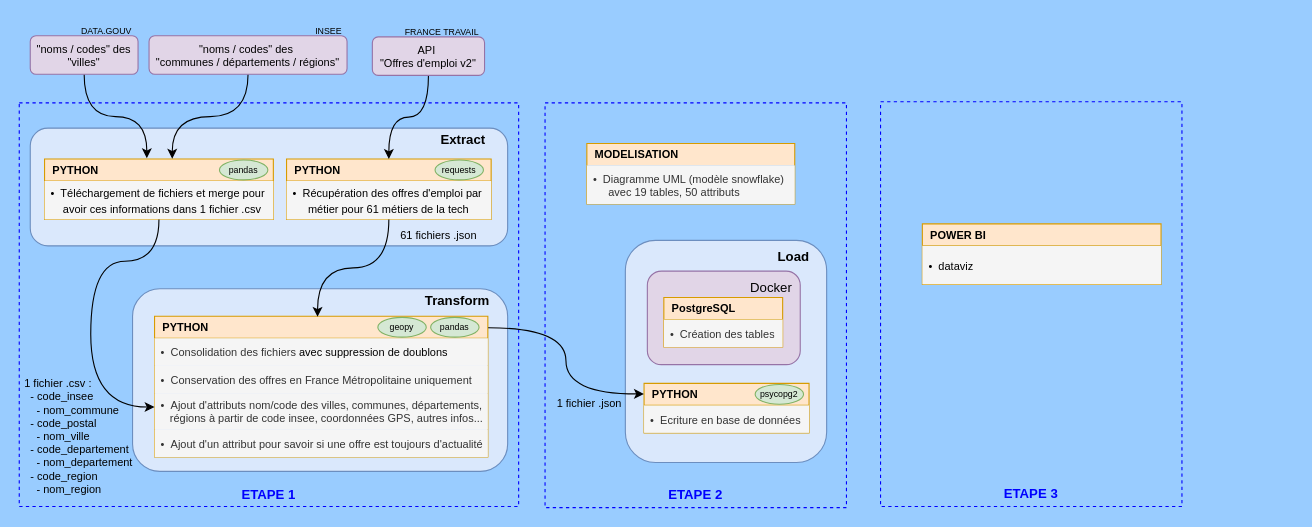
Before: workflow.drawio in vimchun/Job-Market-in-France, a draw.io diagram. Source tidied: cells renumbered, new cells numbered last; positions are measured from the earlier drawing's top-left corner, leaving out a move shared by most shapes. Both pictures are drawn from the tidied source at 110%, with x=0, y=0 at pixel (19, 19).
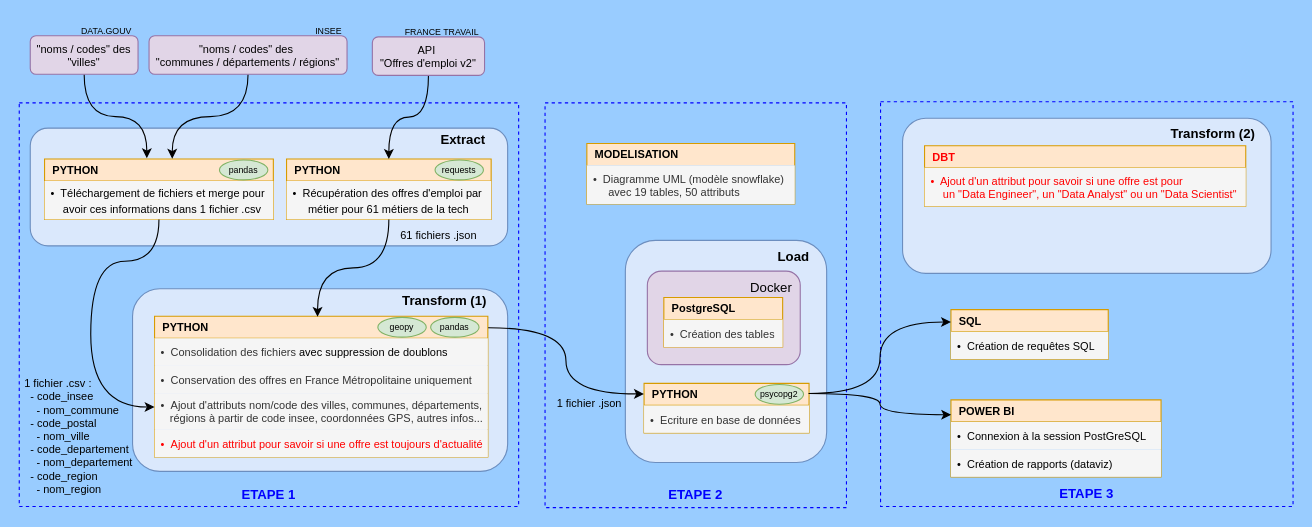
The same page after the edit.

Unchanged cells that the change refers to:
```xml
<mxCell id="10" value="&lt;b&gt;&amp;nbsp; PYTHON&lt;/b&gt;" style="swimlane;fontStyle=0;horizontal=1;startSize=20;whiteSpace=wrap;html=1;fillColor=#ffe6cc;strokeColor=#d79b00;rounded=0;shadow=0;glass=0;align=left;verticalAlign=middle;fontFamily=Helvetica;fontSize=10;fontColor=default;" parent="1" vertex="1">
  <mxGeometry x="568" y="331" width="150" height="45" as="geometry" />
</mxCell>
<mxCell id="16" value="&lt;b&gt;&lt;font style=&quot;font-size: 10px;&quot;&gt;&amp;nbsp; PYTHON&lt;/font&gt;&lt;/b&gt;" style="swimlane;fontStyle=0;horizontal=1;startSize=20;whiteSpace=wrap;html=1;fillColor=#ffe6cc;strokeColor=#d79b00;rounded=0;align=left;shadow=0;glass=0;verticalAlign=middle;fontFamily=Helvetica;fontSize=12;" parent="1" vertex="1">
  <mxGeometry x="123" y="270" width="303" height="128" as="geometry" />
</mxCell>
```

What changed in the source:
```diff
@@
-    <mxCell id="6" value="&lt;div&gt;&lt;br&gt;&lt;/div&gt;&amp;nbsp; &amp;nbsp; &amp;nbsp; &amp;nbsp; &amp;nbsp; &amp;nbsp; &amp;nbsp; &amp;nbsp; &amp;nbsp; &amp;nbsp; &amp;nbsp; &amp;nbsp; &amp;nbsp; &amp;nbsp; &amp;nbsp; &amp;nbsp; &amp;nbsp; &amp;nbsp; &amp;nbsp; &amp;nbsp; &amp;nbsp; &amp;nbsp; &amp;nbsp; &amp;nbsp; &amp;nbsp; &amp;nbsp; &amp;nbsp; &amp;nbsp; &amp;nbsp; &amp;nbsp; &amp;nbsp; &amp;nbsp; &amp;nbsp; &amp;nbsp; &amp;nbsp; &amp;nbsp; &amp;nbsp; &amp;nbsp;&lt;b&gt;Transform&lt;/b&gt;&lt;div&gt;&lt;br&gt;&lt;/div&gt;&lt;div&gt;&lt;br&gt;&lt;/div&gt;&lt;div&gt;&lt;br&gt;&lt;/div&gt;&lt;div&gt;&lt;br&gt;&lt;/div&gt;&lt;div&gt;&lt;br&gt;&lt;/div&gt;&lt;div&gt;&lt;br&gt;&lt;/div&gt;&lt;div&gt;&lt;br&gt;&lt;/div&gt;&lt;div&gt;&lt;br&gt;&lt;/div&gt;&lt;div&gt;&lt;br&gt;&lt;/div&gt;&lt;div&gt;&lt;br&gt;&lt;/div&gt;&lt;div&gt;&lt;br&gt;&lt;/div&gt;" style="rounded=1;whiteSpace=wrap;html=1;fillColor=#dae8fc;strokeColor=#6c8ebf;" parent="1" vertex="1">
+    <mxCell id="6" value="&lt;div&gt;&lt;br&gt;&lt;/div&gt;&amp;nbsp; &amp;nbsp; &amp;nbsp; &amp;nbsp; &amp;nbsp; &amp;nbsp; &amp;nbsp; &amp;nbsp; &amp;nbsp; &amp;nbsp; &amp;nbsp; &amp;nbsp; &amp;nbsp; &amp;nbsp; &amp;nbsp; &amp;nbsp; &amp;nbsp; &amp;nbsp; &amp;nbsp; &amp;nbsp; &amp;nbsp; &amp;nbsp; &amp;nbsp; &amp;nbsp; &amp;nbsp; &amp;nbsp; &amp;nbsp; &amp;nbsp; &amp;nbsp; &amp;nbsp; &amp;nbsp; &amp;nbsp; &amp;nbsp; &amp;nbsp; &lt;b&gt;Transform (1)&lt;/b&gt;&lt;div&gt;&lt;br&gt;&lt;/div&gt;&lt;div&gt;&lt;br&gt;&lt;/div&gt;&lt;div&gt;&lt;br&gt;&lt;/div&gt;&lt;div&gt;&lt;br&gt;&lt;/div&gt;&lt;div&gt;&lt;br&gt;&lt;/div&gt;&lt;div&gt;&lt;br&gt;&lt;/div&gt;&lt;div&gt;&lt;br&gt;&lt;/div&gt;&lt;div&gt;&lt;br&gt;&lt;/div&gt;&lt;div&gt;&lt;br&gt;&lt;/div&gt;&lt;div&gt;&lt;br&gt;&lt;/div&gt;&lt;div&gt;&lt;br&gt;&lt;/div&gt;" style="rounded=1;whiteSpace=wrap;html=1;fillColor=#dae8fc;strokeColor=#6c8ebf;" parent="1" vertex="1">
       <mxGeometry x="103" y="245" width="341" height="166" as="geometry" />
     </mxCell>
@@
-    <mxCell id="20" value="•&amp;nbsp;&amp;nbsp;Ajout d'un attribut pour savoir si une offre est toujours d'actualité" style="text;strokeColor=none;fillColor=#f5f5f5;align=left;verticalAlign=middle;spacingLeft=4;spacingRight=4;overflow=hidden;whiteSpace=wrap;html=1;fontFamily=Helvetica;fontSize=10;fontColor=#333333;fontStyle=0;" parent="16" vertex="1">
+    <mxCell id="20" value="•&amp;nbsp;&amp;nbsp;Ajout d'un attribut pour savoir si une offre est toujours d'actualité" style="text;strokeColor=none;fillColor=#f5f5f5;align=left;verticalAlign=middle;spacingLeft=4;spacingRight=4;overflow=hidden;whiteSpace=wrap;html=1;fontFamily=Helvetica;fontSize=10;fontColor=#FF0000;fontStyle=0;" parent="16" vertex="1">
       <mxGeometry y="103" width="303" height="25" as="geometry" />
     </mxCell>
@@
     <mxCell id="30" value="&lt;div&gt;&lt;font style=&quot;color: rgb(0, 0, 255);&quot;&gt;&lt;br&gt;&lt;/font&gt;&lt;/div&gt;&lt;div&gt;&lt;font style=&quot;color: rgb(0, 0, 255);&quot;&gt;&lt;br&gt;&lt;/font&gt;&lt;/div&gt;&lt;div&gt;&lt;font style=&quot;color: rgb(0, 0, 255);&quot;&gt;&lt;br&gt;&lt;/font&gt;&lt;/div&gt;&lt;div&gt;&lt;font style=&quot;color: rgb(0, 0, 255);&quot;&gt;&lt;br&gt;&lt;/font&gt;&lt;/div&gt;&lt;div&gt;&lt;font style=&quot;color: rgb(0, 0, 255);&quot;&gt;&lt;br&gt;&lt;/font&gt;&lt;/div&gt;&lt;div&gt;&lt;font style=&quot;color: rgb(0, 0, 255);&quot;&gt;&lt;br&gt;&lt;/font&gt;&lt;/div&gt;&lt;div&gt;&lt;font style=&quot;color: rgb(0, 0, 255);&quot;&gt;&lt;br&gt;&lt;/font&gt;&lt;/div&gt;&lt;div&gt;&lt;font style=&quot;color: rgb(0, 0, 255);&quot;&gt;&lt;br&gt;&lt;/font&gt;&lt;/div&gt;&lt;div&gt;&lt;font style=&quot;color: rgb(0, 0, 255);&quot;&gt;&lt;br&gt;&lt;/font&gt;&lt;/div&gt;&lt;div&gt;&lt;font style=&quot;color: rgb(0, 0, 255);&quot;&gt;&lt;br&gt;&lt;/font&gt;&lt;/div&gt;&lt;div&gt;&lt;span style=&quot;background-color: transparent; color: light-dark(rgb(0, 0, 255), rgb(205, 205, 255));&quot;&gt;&lt;br&gt;&lt;/span&gt;&lt;/div&gt;&lt;div&gt;&lt;span style=&quot;background-color: transparent; color: light-dark(rgb(0, 0, 255), rgb(205, 205, 255));&quot;&gt;&lt;br&gt;&lt;/span&gt;&lt;/div&gt;&lt;div&gt;&lt;span style=&quot;background-color: transparent; color: light-dark(rgb(0, 0, 255), rgb(205, 205, 255));&quot;&gt;&lt;br&gt;&lt;/span&gt;&lt;/div&gt;&lt;div&gt;&lt;span style=&quot;background-color: transparent; color: light-dark(rgb(0, 0, 255), rgb(205, 205, 255));&quot;&gt;&lt;br&gt;&lt;/span&gt;&lt;/div&gt;&lt;div&gt;&lt;span style=&quot;background-color: transparent; color: light-dark(rgb(0, 0, 255), rgb(205, 205, 255));&quot;&gt;&lt;br&gt;&lt;/span&gt;&lt;/div&gt;&lt;div&gt;&lt;span style=&quot;background-color: transparent; color: light-dark(rgb(0, 0, 255), rgb(205, 205, 255));&quot;&gt;&lt;br&gt;&lt;/span&gt;&lt;/div&gt;&lt;div&gt;&lt;span style=&quot;background-color: transparent; color: light-dark(rgb(0, 0, 255), rgb(205, 205, 255));&quot;&gt;&lt;br&gt;&lt;/span&gt;&lt;/div&gt;&lt;div&gt;&lt;span style=&quot;background-color: transparent; color: light-dark(rgb(0, 0, 255), rgb(205, 205, 255));&quot;&gt;&lt;br&gt;&lt;/span&gt;&lt;/div&gt;&lt;div&gt;&lt;span style=&quot;background-color: transparent; color: light-dark(rgb(0, 0, 255), rgb(205, 205, 255));&quot;&gt;&lt;br&gt;&lt;/span&gt;&lt;/div&gt;&lt;div&gt;&lt;span style=&quot;background-color: transparent; color: light-dark(rgb(0, 0, 255), rgb(205, 205, 255));&quot;&gt;&lt;br&gt;&lt;/span&gt;&lt;/div&gt;&lt;div&gt;&lt;span style=&quot;background-color: transparent; color: light-dark(rgb(0, 0, 255), rgb(205, 205, 255));&quot;&gt;&lt;br&gt;&lt;/span&gt;&lt;/div&gt;&lt;div&gt;&lt;span style=&quot;background-color: transparent; color: light-dark(rgb(0, 0, 255), rgb(205, 205, 255));&quot;&gt;&lt;br&gt;&lt;/span&gt;&lt;/div&gt;&lt;div&gt;&lt;b style=&quot;background-color: transparent; color: light-dark(rgb(0, 0, 255), rgb(205, 205, 255));&quot;&gt;&lt;br&gt;&lt;/b&gt;&lt;/div&gt;&lt;div&gt;&lt;b style=&quot;background-color: transparent; color: light-dark(rgb(0, 0, 255), rgb(205, 205, 255));&quot;&gt;&lt;br&gt;&lt;/b&gt;&lt;/div&gt;&lt;div&gt;&lt;b style=&quot;background-color: transparent; color: light-dark(rgb(0, 0, 255), rgb(205, 205, 255));&quot;&gt;ETAPE 3&lt;/b&gt;&lt;/div&gt;" style="rounded=0;whiteSpace=wrap;html=1;fillColor=none;dashed=1;strokeColor=#0000FF;" parent="1" vertex="1">
-      <mxGeometry x="783" y="75" width="274" height="368" as="geometry" />
+      <mxGeometry x="783" y="75" width="375" height="368" as="geometry" />
     </mxCell>
     <mxCell id="31" value="&lt;b&gt;&amp;nbsp; POWER BI&lt;/b&gt;" style="swimlane;fontStyle=0;horizontal=1;startSize=20;whiteSpace=wrap;html=1;fillColor=#ffe6cc;strokeColor=#d79b00;rounded=0;align=left;swimlaneLine=1;glass=0;shadow=0;swimlaneHead=1;swimlaneBody=1;verticalAlign=middle;fontFamily=Helvetica;fontSize=10;fontColor=default;" parent="1" vertex="1">
-      <mxGeometry x="821" y="186" width="217" height="55" as="geometry" />
+      <mxGeometry x="847" y="346" width="191" height="70" as="geometry" />
     </mxCell>
-    <mxCell id="32" value="&lt;font style=&quot;font-size: 10px; color: rgb(0, 0, 0);&quot;&gt;•&amp;nbsp; dataviz&lt;/font&gt;" style="text;align=left;verticalAlign=middle;spacingLeft=4;spacingRight=4;overflow=hidden;whiteSpace=wrap;html=1;fontFamily=Helvetica;fontSize=12;fontStyle=0;fillColor=#f5f5f5;fontColor=#333333;strokeColor=none;" parent="31" vertex="1">
-      <mxGeometry y="20" width="217" height="35" as="geometry" />
+    <mxCell id="32" value="&lt;font style=&quot;font-size: 10px; color: rgb(0, 0, 0);&quot;&gt;•&amp;nbsp; Connexion à la session PostGreSQL&lt;/font&gt;" style="text;align=left;verticalAlign=middle;spacingLeft=4;spacingRight=4;overflow=hidden;whiteSpace=wrap;html=1;fontFamily=Helvetica;fontSize=12;fontStyle=0;fillColor=#f5f5f5;fontColor=#333333;strokeColor=none;" parent="31" vertex="1">
+      <mxGeometry y="20" width="191" height="25" as="geometry" />
     </mxCell>
+    <mxCell id="46" value="&lt;font style=&quot;font-size: 10px; color: rgb(0, 0, 0);&quot;&gt;•&amp;nbsp; Création de rapports (dataviz)&lt;/font&gt;" style="text;align=left;verticalAlign=middle;spacingLeft=4;spacingRight=4;overflow=hidden;whiteSpace=wrap;html=1;fontFamily=Helvetica;fontSize=12;fontStyle=0;fillColor=#f5f5f5;fontColor=#333333;strokeColor=none;" parent="31" vertex="1">
+      <mxGeometry y="45" width="191" height="25" as="geometry" />
+    </mxCell>
@@
+    <mxCell id="47" style="edgeStyle=orthogonalEdgeStyle;rounded=0;jettySize=auto;html=1;entryX=0.001;entryY=0.193;entryDx=0;entryDy=0;curved=1;entryPerimeter=0;exitX=0.998;exitY=0.205;exitDx=0;exitDy=0;exitPerimeter=0;" parent="1" edge="1" source="10" target="31">
+      <mxGeometry relative="1" as="geometry" />
+    </mxCell>
+    <mxCell id="48" value="&lt;div&gt;&lt;span style=&quot;background-color: transparent; color: light-dark(rgb(0, 0, 0), rgb(255, 255, 255));&quot;&gt;&lt;br&gt;&lt;/span&gt;&lt;/div&gt;&lt;div&gt;&lt;span style=&quot;background-color: transparent; color: light-dark(rgb(0, 0, 0), rgb(255, 255, 255));&quot;&gt;&lt;br&gt;&lt;/span&gt;&lt;/div&gt;&lt;div&gt;&lt;span style=&quot;background-color: transparent; color: light-dark(rgb(0, 0, 0), rgb(255, 255, 255));&quot;&gt;&lt;br&gt;&lt;/span&gt;&lt;/div&gt;&lt;div&gt;&lt;span style=&quot;background-color: transparent; color: light-dark(rgb(0, 0, 0), rgb(255, 255, 255));&quot;&gt;&amp;nbsp; &amp;nbsp; &amp;nbsp; &amp;nbsp; &amp;nbsp; &amp;nbsp; &amp;nbsp; &amp;nbsp; &amp;nbsp; &amp;nbsp; &amp;nbsp; &amp;nbsp; &amp;nbsp; &amp;nbsp; &amp;nbsp; &amp;nbsp; &amp;nbsp; &amp;nbsp; &amp;nbsp; &amp;nbsp; &amp;nbsp; &amp;nbsp; &amp;nbsp; &amp;nbsp; &amp;nbsp; &amp;nbsp; &amp;nbsp; &amp;nbsp; &amp;nbsp; &amp;nbsp; &amp;nbsp; &amp;nbsp; &amp;nbsp; &amp;nbsp; &amp;nbsp;&lt;/span&gt;&lt;b style=&quot;background-color: transparent; color: light-dark(rgb(0, 0, 0), rgb(255, 255, 255));&quot;&gt;Transform (2)&lt;/b&gt;&lt;/div&gt;&lt;div&gt;&lt;br&gt;&lt;/div&gt;&lt;div&gt;&lt;br&gt;&lt;/div&gt;&lt;div&gt;&lt;br&gt;&lt;/div&gt;&lt;div&gt;&lt;br&gt;&lt;/div&gt;&lt;div&gt;&lt;br&gt;&lt;/div&gt;&lt;div&gt;&lt;br&gt;&lt;/div&gt;&lt;div&gt;&lt;br&gt;&lt;/div&gt;&lt;div&gt;&lt;br&gt;&lt;/div&gt;&lt;div&gt;&lt;br&gt;&lt;/div&gt;&lt;div&gt;&lt;br&gt;&lt;/div&gt;&lt;div&gt;&lt;br&gt;&lt;/div&gt;" style="rounded=1;whiteSpace=wrap;html=1;fillColor=#dae8fc;strokeColor=#6c8ebf;" parent="1" vertex="1">
+      <mxGeometry x="803" y="90" width="335" height="141" as="geometry" />
+    </mxCell>
+    <mxCell id="49" value="&lt;b&gt;&lt;font style=&quot;font-size: 10px;&quot;&gt;&amp;nbsp; DBT&lt;/font&gt;&lt;/b&gt;" style="swimlane;fontStyle=0;horizontal=1;startSize=20;whiteSpace=wrap;html=1;fillColor=#ffe6cc;strokeColor=#d79b00;rounded=0;align=left;shadow=0;glass=0;verticalAlign=middle;fontFamily=Helvetica;fontSize=12;fontColor=light-dark(#ff0000, #ededed);" parent="1" vertex="1">
+      <mxGeometry x="823" y="115" width="292" height="55" as="geometry" />
+    </mxCell>
+    <mxCell id="50" value="•&amp;nbsp; Ajout d'un attribut pour savoir si une offre est pour&amp;nbsp;&lt;div&gt;&lt;span style=&quot;background-color: transparent;&quot;&gt;&amp;nbsp; &amp;nbsp; un &quot;Data Engineer&quot;, un &quot;Data Analyst&quot; ou un &quot;Data Scientist&quot;&lt;/span&gt;&lt;/div&gt;" style="text;strokeColor=none;fillColor=#f5f5f5;align=left;verticalAlign=middle;spacingLeft=4;spacingRight=4;overflow=hidden;whiteSpace=wrap;html=1;fontFamily=Helvetica;fontSize=10;fontColor=#FF0000;fontStyle=0;" parent="49" vertex="1">
+      <mxGeometry y="20" width="292" height="35" as="geometry" />
+    </mxCell>
+    <mxCell id="51" value="&lt;b&gt;&amp;nbsp; SQL&lt;/b&gt;" style="swimlane;fontStyle=0;horizontal=1;startSize=20;whiteSpace=wrap;html=1;fillColor=#ffe6cc;strokeColor=#d79b00;rounded=0;align=left;swimlaneLine=1;glass=0;shadow=0;swimlaneHead=1;swimlaneBody=1;verticalAlign=middle;fontFamily=Helvetica;fontSize=10;fontColor=default;" parent="1" vertex="1">
+      <mxGeometry x="847" y="264" width="143" height="45" as="geometry" />
+    </mxCell>
+    <mxCell id="52" value="&lt;font style=&quot;font-size: 10px; color: rgb(0, 0, 0);&quot;&gt;•&amp;nbsp; Création de requêtes SQL&lt;/font&gt;" style="text;align=left;verticalAlign=middle;spacingLeft=4;spacingRight=4;overflow=hidden;whiteSpace=wrap;html=1;fontFamily=Helvetica;fontSize=12;fontStyle=0;fillColor=#f5f5f5;fontColor=#333333;strokeColor=none;" parent="51" vertex="1">
+      <mxGeometry y="20" width="143" height="25" as="geometry" />
+    </mxCell>
+    <mxCell id="53" style="edgeStyle=orthogonalEdgeStyle;rounded=0;jettySize=auto;html=1;curved=1;exitX=0.998;exitY=0.205;exitDx=0;exitDy=0;exitPerimeter=0;entryX=0;entryY=0.25;entryDx=0;entryDy=0;" parent="1" edge="1" source="10" target="51">
+      <mxGeometry relative="1" as="geometry" />
+    </mxCell>
```
